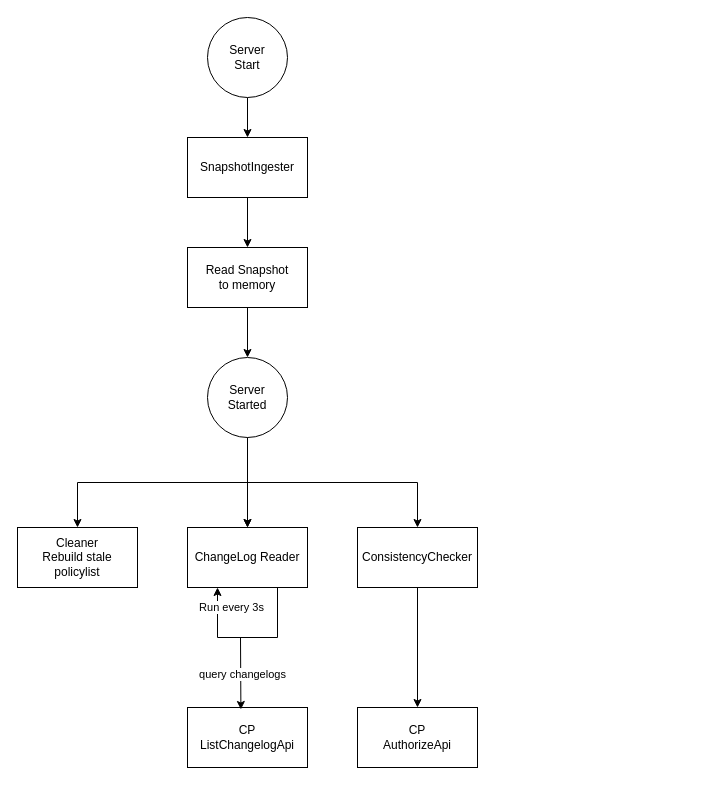
Earlier version of the draw.io diagram Authz5-dp architecture.drawio (evagle/awesome). Source tidied: cells renumbered, new cells numbered last; positions are measured from the earlier drawing's top-left corner, leaving out a move shared by most shapes. Both pictures are drawn from the tidied source at 100%, with x=0, y=0 at pixel (17, 17).
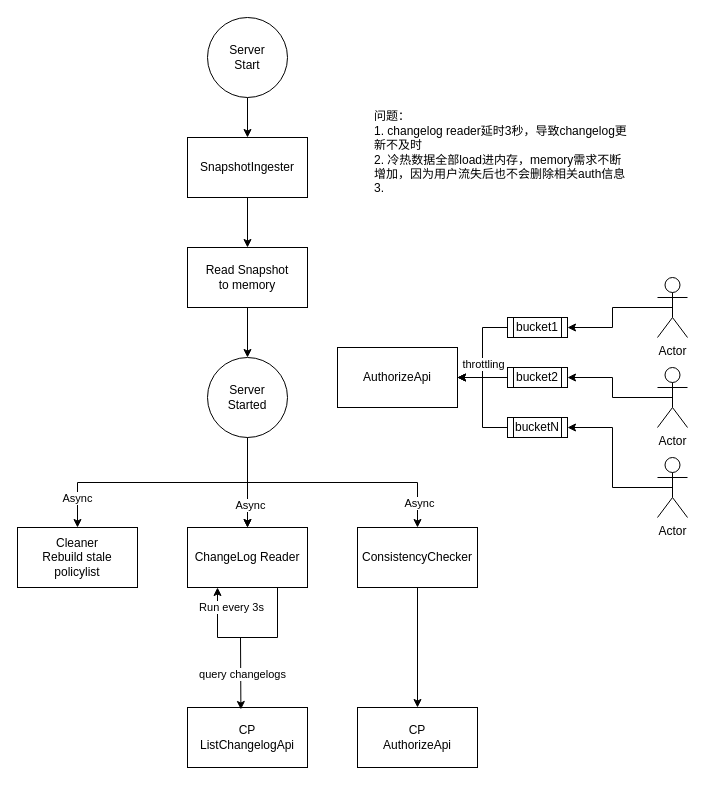
Above is the later version.

Unchanged cells that the change refers to:
```xml
<mxCell id="9" style="edgeStyle=orthogonalEdgeStyle;rounded=0;jettySize=auto;html=1;" parent="1" edge="1" source="12" target="15">
  <mxGeometry relative="1" as="geometry" />
</mxCell>
<mxCell id="10" style="edgeStyle=orthogonalEdgeStyle;rounded=0;jettySize=auto;html=1;exitX=0.5;exitY=1;exitDx=0;exitDy=0;entryX=0.5;entryY=0;entryDx=0;entryDy=0;" parent="1" edge="1" source="12" target="19">
  <mxGeometry relative="1" as="geometry" />
</mxCell>
<mxCell id="11" style="edgeStyle=orthogonalEdgeStyle;rounded=0;jettySize=auto;html=1;exitX=0.5;exitY=1;exitDx=0;exitDy=0;" parent="1" edge="1" source="12" target="21">
  <mxGeometry relative="1" as="geometry" />
</mxCell>
```

What changed in the source:
```diff
@@
+    <mxCell id="23" value="Async" style="edgeLabel;html=1;align=center;verticalAlign=middle;" parent="9" vertex="1">
+      <mxGeometry x="0.48" y="2" relative="1" as="geometry" />
+    </mxCell>
@@
+    <mxCell id="24" value="Async" style="edgeLabel;html=1;align=center;verticalAlign=middle;" parent="10" vertex="1">
+      <mxGeometry x="0.77" y="-1" relative="1" as="geometry" />
+    </mxCell>
@@
+    <mxCell id="25" value="Async" style="edgeLabel;html=1;align=center;verticalAlign=middle;" parent="11" vertex="1">
+      <mxGeometry x="0.81" y="1" relative="1" as="geometry" />
+    </mxCell>
@@
+    <mxCell id="26" value="&lt;div style=&quot;&quot;&gt;&lt;span style=&quot;background-color: initial;&quot;&gt;问题：&lt;/span&gt;&lt;/div&gt;&lt;div style=&quot;&quot;&gt;&lt;span style=&quot;background-color: initial;&quot;&gt;1. changelog reader延时3秒，导致changelog更新不及时&lt;/span&gt;&lt;/div&gt;&lt;div style=&quot;&quot;&gt;&lt;span style=&quot;background-color: initial;&quot;&gt;2. 冷热数据全部load进内存，memory需求不断增加，因为用户流失后也不会删除相关auth信息&lt;/span&gt;&lt;/div&gt;&lt;div style=&quot;&quot;&gt;&lt;span style=&quot;background-color: initial;&quot;&gt;3.&amp;nbsp;&lt;/span&gt;&lt;/div&gt;" style="text;html=1;strokeColor=none;fillColor=none;align=left;verticalAlign=middle;whiteSpace=wrap;rounded=0;" parent="1" vertex="1">
+      <mxGeometry x="355" y="90" width="255" height="90" as="geometry" />
+    </mxCell>
+    <mxCell id="27" style="edgeStyle=orthogonalEdgeStyle;rounded=0;jettySize=auto;html=1;exitX=0.5;exitY=0.5;exitDx=0;exitDy=0;exitPerimeter=0;entryX=1;entryY=0.5;entryDx=0;entryDy=0;" parent="1" edge="1" source="28" target="32">
+      <mxGeometry relative="1" as="geometry" />
+    </mxCell>
+    <mxCell id="28" value="Actor" style="shape=umlActor;verticalLabelPosition=bottom;verticalAlign=top;html=1;outlineConnect=0;" parent="1" vertex="1">
+      <mxGeometry x="640" y="260" width="30" height="60" as="geometry" />
+    </mxCell>
+    <mxCell id="29" value="AuthorizeApi" style="rounded=0;whiteSpace=wrap;html=1;" parent="1" vertex="1">
+      <mxGeometry x="320" y="330" width="120" height="60" as="geometry" />
+    </mxCell>
+    <mxCell id="30" style="edgeStyle=orthogonalEdgeStyle;rounded=0;jettySize=auto;html=1;exitX=0;exitY=0.5;exitDx=0;exitDy=0;entryX=1;entryY=0.5;entryDx=0;entryDy=0;" parent="1" edge="1" source="32" target="29">
+      <mxGeometry relative="1" as="geometry" />
+    </mxCell>
+    <mxCell id="31" value="throttling" style="edgeLabel;html=1;align=center;verticalAlign=middle;" parent="30" vertex="1">
+      <mxGeometry x="0.21" relative="1" as="geometry" />
+    </mxCell>
+    <mxCell id="32" value="bucket1" style="shape=process;whiteSpace=wrap;html=1;backgroundOutline=1;" parent="1" vertex="1">
+      <mxGeometry x="490" y="300" width="60" height="20" as="geometry" />
+    </mxCell>
+    <mxCell id="33" style="edgeStyle=orthogonalEdgeStyle;rounded=0;jettySize=auto;html=1;exitX=0;exitY=0.5;exitDx=0;exitDy=0;" parent="1" edge="1" source="34">
+      <mxGeometry relative="1" as="geometry">
+        <mxPoint x="440" y="360" as="targetPoint" />
+      </mxGeometry>
+    </mxCell>
+    <mxCell id="34" value="bucket2" style="shape=process;whiteSpace=wrap;html=1;backgroundOutline=1;" parent="1" vertex="1">
+      <mxGeometry x="490" y="350" width="60" height="20" as="geometry" />
+    </mxCell>
+    <mxCell id="35" style="edgeStyle=orthogonalEdgeStyle;rounded=0;jettySize=auto;html=1;exitX=0;exitY=0.5;exitDx=0;exitDy=0;entryX=1;entryY=0.5;entryDx=0;entryDy=0;" parent="1" edge="1" source="36" target="29">
+      <mxGeometry relative="1" as="geometry" />
+    </mxCell>
+    <mxCell id="36" value="bucketN" style="shape=process;whiteSpace=wrap;html=1;backgroundOutline=1;" parent="1" vertex="1">
+      <mxGeometry x="490" y="400" width="60" height="20" as="geometry" />
+    </mxCell>
+    <mxCell id="37" style="edgeStyle=orthogonalEdgeStyle;rounded=0;jettySize=auto;html=1;exitX=0.5;exitY=0.5;exitDx=0;exitDy=0;exitPerimeter=0;entryX=1;entryY=0.5;entryDx=0;entryDy=0;" parent="1" edge="1" source="38" target="34">
+      <mxGeometry relative="1" as="geometry" />
+    </mxCell>
+    <mxCell id="38" value="Actor" style="shape=umlActor;verticalLabelPosition=bottom;verticalAlign=top;html=1;outlineConnect=0;" parent="1" vertex="1">
+      <mxGeometry x="640" y="350" width="30" height="60" as="geometry" />
+    </mxCell>
+    <mxCell id="39" style="edgeStyle=orthogonalEdgeStyle;rounded=0;jettySize=auto;html=1;exitX=0.5;exitY=0.5;exitDx=0;exitDy=0;exitPerimeter=0;entryX=1;entryY=0.5;entryDx=0;entryDy=0;" parent="1" edge="1" source="40" target="36">
+      <mxGeometry relative="1" as="geometry" />
+    </mxCell>
+    <mxCell id="40" value="Actor" style="shape=umlActor;verticalLabelPosition=bottom;verticalAlign=top;html=1;outlineConnect=0;" parent="1" vertex="1">
+      <mxGeometry x="640" y="440" width="30" height="60" as="geometry" />
+    </mxCell>
```
